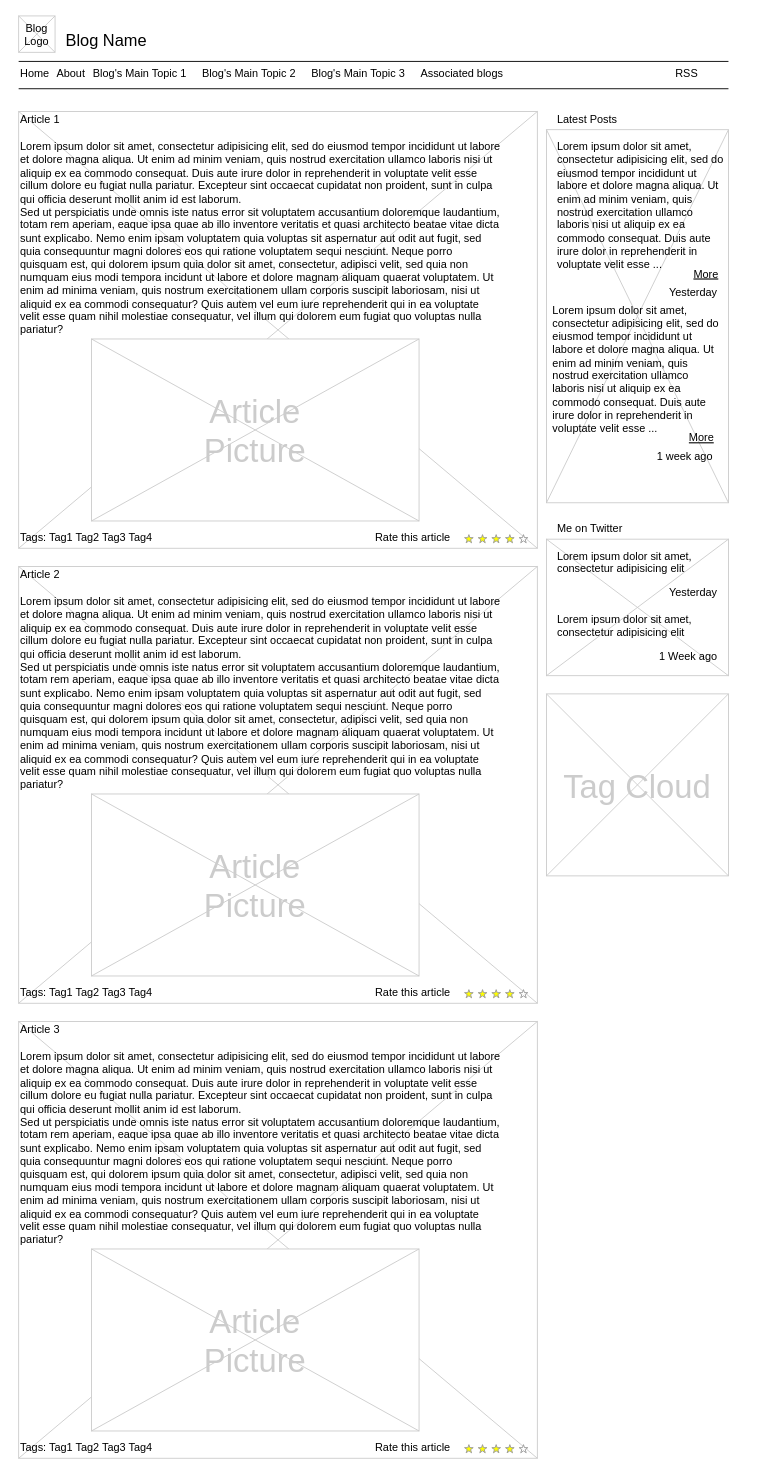
Above: lefv.drawio in gwicho38/lefv_io (draw.io), before the change. Source tidied: cells renumbered, new cells numbered last; positions are measured from the earlier drawing's top-left corner, leaving out a move shared by most shapes. Both pictures are drawn from the tidied source at 91%, with x=0, y=0 at pixel (18, 15).
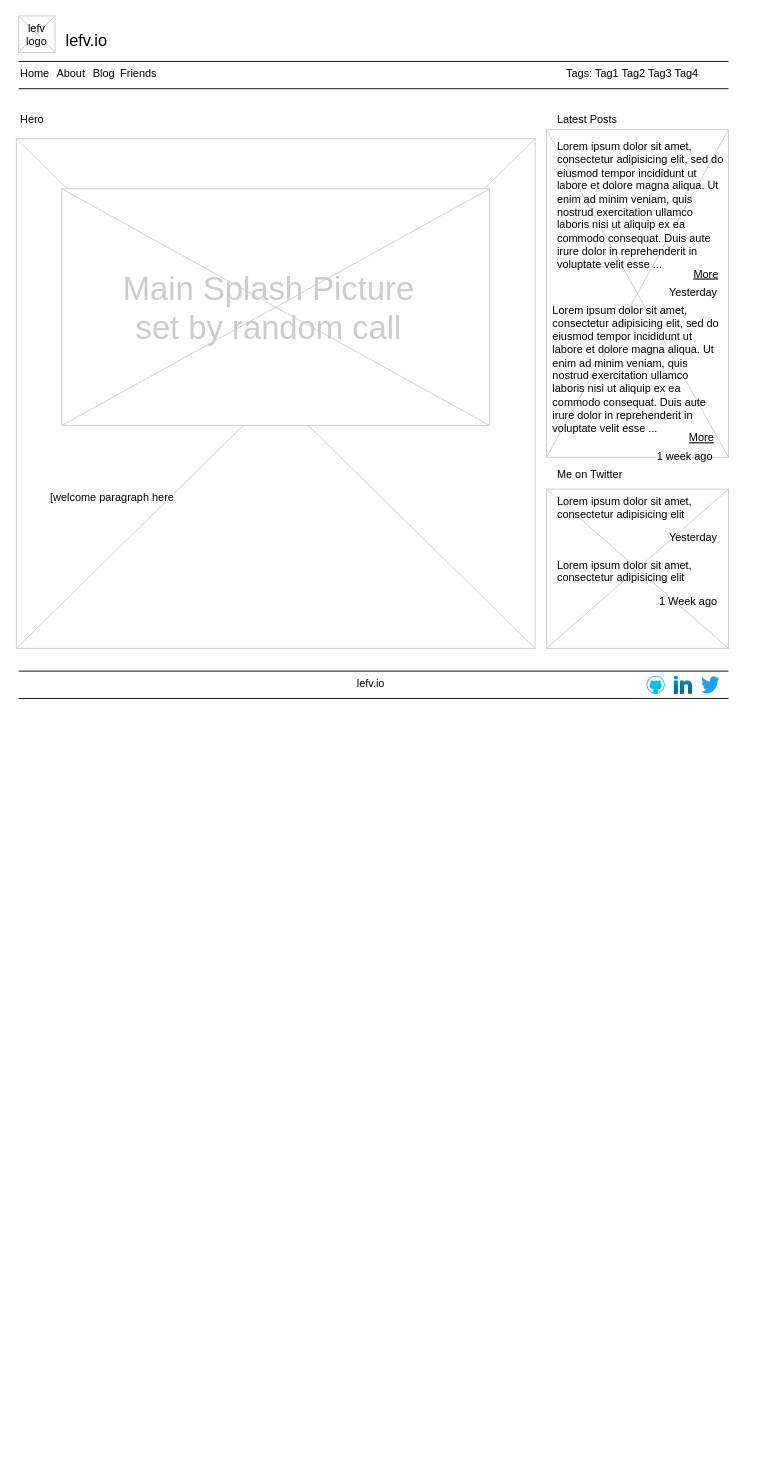
After the change.

Commit message:
Added site wireframe in draw.io.

Change to the diagram source:
```diff
@@
     <mxCell id="2" style="verticalLabelPosition=bottom;verticalAlign=top;strokeWidth=1;shape=mxgraph.mockup.graphics.iconGrid;strokeColor=#CCCCCC;gridSize=1,1;" parent="1" vertex="1">
-      <mxGeometry x="580" y="125" width="200" height="410" as="geometry" />
+      <mxGeometry x="580" y="125" width="200" height="360" as="geometry" />
     </mxCell>
     <mxCell id="3" style="verticalLabelPosition=bottom;verticalAlign=top;strokeWidth=1;shape=mxgraph.mockup.graphics.iconGrid;strokeColor=#CCCCCC;gridSize=1,1;" parent="1" vertex="1">
-      <mxGeometry y="105" width="570" height="480" as="geometry" />
+      <mxGeometry x="-2.5" y="135" width="570" height="560" as="geometry" />
     </mxCell>
-    <mxCell id="4" value="Blog Name" style="text;spacingTop=-5;fontSize=18;fontStyle=0;" parent="1" vertex="1">
+    <mxCell id="4" value="lefv.io" style="text;spacingTop=-5;fontSize=18;fontStyle=0;" parent="1" vertex="1">
       <mxGeometry x="50" y="15" width="230" height="20" as="geometry" />
     </mxCell>
@@
-    <mxCell id="9" value="Associated blogs" style="text;spacingTop=-5;" parent="1" vertex="1">
-      <mxGeometry x="440" y="55" width="30" height="20" as="geometry" />
+    <mxCell id="9" value="Friends" style="text;spacingTop=-5;" parent="1" vertex="1">
+      <mxGeometry x="110" y="55" width="30" height="20" as="geometry" />
     </mxCell>
-    <mxCell id="10" value="Article 1" style="text;spacingTop=-5;" parent="1" vertex="1">
-      <mxGeometry y="105" width="30" height="20" as="geometry" />
+    <mxCell id="10" value="Hero" style="text;spacingTop=-5;" parent="1" vertex="1">
+      <mxGeometry y="105" width="40" height="20" as="geometry" />
     </mxCell>
+    <mxCell id="12" value="Latest Posts" style="text;spacingTop=-5;" parent="1" vertex="1">
+      <mxGeometry x="590" y="105" width="30" height="20" as="geometry" />
+    </mxCell>
-    <mxCell id="11" value="Lorem ipsum dolor sit amet, consectetur adipisicing elit, sed do eiusmod tempor incididunt ut labore et dolore magna aliqua. Ut enim ad minim veniam, quis nostrud exercitation ullamco laboris nisi ut aliquip ex ea commodo consequat. Duis aute irure dolor in reprehenderit in voluptate velit esse cillum dolore eu fugiat nulla pariatur. Excepteur sint occaecat cupidatat non proident, sunt in culpa qui officia deserunt mollit anim id est laborum.&#10;Sed ut perspiciatis unde omnis iste natus error sit voluptatem accusantium doloremque laudantium, totam rem aperiam, eaque ipsa quae ab illo inventore veritatis et quasi architecto beatae vitae dicta sunt explicabo. Nemo enim ipsam voluptatem quia voluptas sit aspernatur aut odit aut fugit, sed quia consequuntur magni dolores eos qui ratione voluptatem sequi nesciunt. Neque porro quisquam est, qui dolorem ipsum quia dolor sit amet, consectetur, adipisci velit, sed quia non numquam eius modi tempora incidunt ut labore et dolore magnam aliquam quaerat voluptatem. Ut enim ad minima veniam, quis nostrum exercitationem ullam corporis suscipit laboriosam, nisi ut aliquid ex ea commodi consequatur? Quis autem vel eum iure reprehenderit qui in ea voluptate velit esse quam nihil molestiae consequatur, vel illum qui dolorem eum fugiat quo voluptas nulla pariatur?" style="text;spacingTop=-5;whiteSpace=wrap;align=left;" parent="1" vertex="1">
-      <mxGeometry y="135" width="530" height="250" as="geometry" />
+    <mxCell id="11" value="[welcome paragraph here" style="text;spacingTop=-5;whiteSpace=wrap;align=left;" parent="1" vertex="1">
+      <mxGeometry x="32.5" y="520" width="500" height="60" as="geometry" />
     </mxCell>
-    <mxCell id="12" value="Latest Posts" style="text;spacingTop=-5;" parent="1" vertex="1">
-      <mxGeometry x="590" y="105" width="30" height="20" as="geometry" />
-    </mxCell>
-    <mxCell id="13" value="RSS" style="text;spacingTop=-5;" parent="1" vertex="1">
-      <mxGeometry x="720" y="55" width="30" height="20" as="geometry" />
-    </mxCell>
@@
-    <mxCell id="21" value="Blog &#10;Logo" style="text;spacingTop=-5;align=center;" parent="1" vertex="1">
+    <mxCell id="21" value="lefv&#10;logo" style="text;spacingTop=-5;align=center;" parent="1" vertex="1">
       <mxGeometry y="5" width="40" height="40" as="geometry" />
     </mxCell>
-    <mxCell id="22" value="Blog's Main Topic 1" style="text;spacingTop=-5;" parent="1" vertex="1">
+    <mxCell id="22" value="Blog" style="text;spacingTop=-5;" parent="1" vertex="1">
       <mxGeometry x="80" y="55" width="30" height="20" as="geometry" />
     </mxCell>
-    <mxCell id="23" value="Blog's Main Topic 2" style="text;spacingTop=-5;" parent="1" vertex="1">
-      <mxGeometry x="200" y="55" width="30" height="20" as="geometry" />
-    </mxCell>
-    <mxCell id="24" value="Blog's Main Topic 3" style="text;spacingTop=-5;" parent="1" vertex="1">
-      <mxGeometry x="320" y="55" width="30" height="20" as="geometry" />
-    </mxCell>
     <mxCell id="25" style="verticalLabelPosition=bottom;verticalAlign=top;strokeWidth=1;shape=mxgraph.mockup.graphics.iconGrid;strokeColor=#CCCCCC;gridSize=1,1;" parent="1" vertex="1">
-      <mxGeometry x="80" y="355" width="360" height="200" as="geometry" />
+      <mxGeometry x="47.5" y="190" width="470" height="260" as="geometry" />
     </mxCell>
-    <mxCell id="26" value="Article&#10;Picture" style="text;spacingTop=-5;align=center;verticalAlign=middle;fontSize=36;fontColor=#CCCCCC;" parent="1" vertex="1">
-      <mxGeometry x="80" y="355" width="360" height="200" as="geometry" />
+    <mxCell id="26" value="Main Splash Picture&#10;set by random call" style="text;spacingTop=-5;align=center;verticalAlign=middle;fontSize=36;fontColor=#CCCCCC;" parent="1" vertex="1">
+      <mxGeometry x="80" y="265" width="390" height="110" as="geometry" />
     </mxCell>
-    <mxCell id="27" style="verticalLabelPosition=bottom;verticalAlign=top;strokeWidth=1;shape=mxgraph.mockup.graphics.iconGrid;strokeColor=#CCCCCC;gridSize=1,1;" parent="1" vertex="1">
-      <mxGeometry y="605" width="570" height="480" as="geometry" />
-    </mxCell>
-    <mxCell id="28" value="Article 2" style="text;spacingTop=-5;" parent="1" vertex="1">
-      <mxGeometry y="605" width="30" height="20" as="geometry" />
-    </mxCell>
-    <mxCell id="29" value="Lorem ipsum dolor sit amet, consectetur adipisicing elit, sed do eiusmod tempor incididunt ut labore et dolore magna aliqua. Ut enim ad minim veniam, quis nostrud exercitation ullamco laboris nisi ut aliquip ex ea commodo consequat. Duis aute irure dolor in reprehenderit in voluptate velit esse cillum dolore eu fugiat nulla pariatur. Excepteur sint occaecat cupidatat non proident, sunt in culpa qui officia deserunt mollit anim id est laborum.&#10;Sed ut perspiciatis unde omnis iste natus error sit voluptatem accusantium doloremque laudantium, totam rem aperiam, eaque ipsa quae ab illo inventore veritatis et quasi architecto beatae vitae dicta sunt explicabo. Nemo enim ipsam voluptatem quia voluptas sit aspernatur aut odit aut fugit, sed quia consequuntur magni dolores eos qui ratione voluptatem sequi nesciunt. Neque porro quisquam est, qui dolorem ipsum quia dolor sit amet, consectetur, adipisci velit, sed quia non numquam eius modi tempora incidunt ut labore et dolore magnam aliquam quaerat voluptatem. Ut enim ad minima veniam, quis nostrum exercitationem ullam corporis suscipit laboriosam, nisi ut aliquid ex ea commodi consequatur? Quis autem vel eum iure reprehenderit qui in ea voluptate velit esse quam nihil molestiae consequatur, vel illum qui dolorem eum fugiat quo voluptas nulla pariatur?" style="text;spacingTop=-5;whiteSpace=wrap;align=left;" parent="1" vertex="1">
-      <mxGeometry y="635" width="530" height="250" as="geometry" />
-    </mxCell>
-    <mxCell id="30" style="verticalLabelPosition=bottom;verticalAlign=top;strokeWidth=1;shape=mxgraph.mockup.graphics.iconGrid;strokeColor=#CCCCCC;gridSize=1,1;" parent="1" vertex="1">
-      <mxGeometry x="80" y="855" width="360" height="200" as="geometry" />
-    </mxCell>
-    <mxCell id="31" value="Article&#10;Picture" style="text;spacingTop=-5;align=center;verticalAlign=middle;fontSize=36;fontColor=#CCCCCC;" parent="1" vertex="1">
-      <mxGeometry x="80" y="855" width="360" height="200" as="geometry" />
-    </mxCell>
-    <mxCell id="32" style="verticalLabelPosition=bottom;verticalAlign=top;strokeWidth=1;shape=mxgraph.mockup.graphics.iconGrid;strokeColor=#CCCCCC;gridSize=1,1;" parent="1" vertex="1">
-      <mxGeometry y="1105" width="570" height="480" as="geometry" />
-    </mxCell>
-    <mxCell id="33" value="Article 3" style="text;spacingTop=-5;" parent="1" vertex="1">
-      <mxGeometry y="1105" width="30" height="20" as="geometry" />
-    </mxCell>
-    <mxCell id="34" value="Lorem ipsum dolor sit amet, consectetur adipisicing elit, sed do eiusmod tempor incididunt ut labore et dolore magna aliqua. Ut enim ad minim veniam, quis nostrud exercitation ullamco laboris nisi ut aliquip ex ea commodo consequat. Duis aute irure dolor in reprehenderit in voluptate velit esse cillum dolore eu fugiat nulla pariatur. Excepteur sint occaecat cupidatat non proident, sunt in culpa qui officia deserunt mollit anim id est laborum.&#10;Sed ut perspiciatis unde omnis iste natus error sit voluptatem accusantium doloremque laudantium, totam rem aperiam, eaque ipsa quae ab illo inventore veritatis et quasi architecto beatae vitae dicta sunt explicabo. Nemo enim ipsam voluptatem quia voluptas sit aspernatur aut odit aut fugit, sed quia consequuntur magni dolores eos qui ratione voluptatem sequi nesciunt. Neque porro quisquam est, qui dolorem ipsum quia dolor sit amet, consectetur, adipisci velit, sed quia non numquam eius modi tempora incidunt ut labore et dolore magnam aliquam quaerat voluptatem. Ut enim ad minima veniam, quis nostrum exercitationem ullam corporis suscipit laboriosam, nisi ut aliquid ex ea commodi consequatur? Quis autem vel eum iure reprehenderit qui in ea voluptate velit esse quam nihil molestiae consequatur, vel illum qui dolorem eum fugiat quo voluptas nulla pariatur?" style="text;spacingTop=-5;whiteSpace=wrap;align=left;" parent="1" vertex="1">
-      <mxGeometry y="1135" width="530" height="250" as="geometry" />
-    </mxCell>
-    <mxCell id="35" style="verticalLabelPosition=bottom;verticalAlign=top;strokeWidth=1;shape=mxgraph.mockup.graphics.iconGrid;strokeColor=#CCCCCC;gridSize=1,1;" parent="1" vertex="1">
-      <mxGeometry x="80" y="1355" width="360" height="200" as="geometry" />
-    </mxCell>
-    <mxCell id="36" value="Article&#10;Picture" style="text;spacingTop=-5;align=center;verticalAlign=middle;fontSize=36;fontColor=#CCCCCC;" parent="1" vertex="1">
-      <mxGeometry x="80" y="1355" width="360" height="200" as="geometry" />
-    </mxCell>
-    <mxCell id="37" style="verticalLabelPosition=bottom;verticalAlign=top;strokeWidth=1;shape=mxgraph.mockup.misc.rating;strokeColor=#999999;fillColor=#ffff00;emptyFillColor=#ffffff;grade=4;ratingScale=5;ratingStyle=star;" parent="1" vertex="1">
-      <mxGeometry x="490" y="570" width="77.5" height="10" as="geometry" />
-    </mxCell>
-    <mxCell id="38" value="Rate this article" style="text;spacingTop=-5;" parent="1" vertex="1">
-      <mxGeometry x="390" y="565" width="30" height="20" as="geometry" />
-    </mxCell>
-    <mxCell id="39" style="verticalLabelPosition=bottom;verticalAlign=top;strokeWidth=1;shape=mxgraph.mockup.misc.rating;strokeColor=#999999;fillColor=#ffff00;emptyFillColor=#ffffff;grade=4;ratingScale=5;ratingStyle=star;" parent="1" vertex="1">
-      <mxGeometry x="490" y="1070" width="77.5" height="10" as="geometry" />
-    </mxCell>
-    <mxCell id="40" value="Rate this article" style="text;spacingTop=-5;" parent="1" vertex="1">
-      <mxGeometry x="390" y="1065" width="30" height="20" as="geometry" />
-    </mxCell>
-    <mxCell id="41" style="verticalLabelPosition=bottom;verticalAlign=top;strokeWidth=1;shape=mxgraph.mockup.misc.rating;strokeColor=#999999;fillColor=#ffff00;emptyFillColor=#ffffff;grade=4;ratingScale=5;ratingStyle=star;" parent="1" vertex="1">
-      <mxGeometry x="490" y="1570" width="77.5" height="10" as="geometry" />
-    </mxCell>
-    <mxCell id="42" value="Rate this article" style="text;spacingTop=-5;" parent="1" vertex="1">
-      <mxGeometry x="390" y="1565" width="30" height="20" as="geometry" />
-    </mxCell>
     <mxCell id="43" value="Tags: Tag1 Tag2 Tag3 Tag4" style="text;spacingTop=-5;" parent="1" vertex="1">
-      <mxGeometry y="565" width="210" height="20" as="geometry" />
+      <mxGeometry x="600" y="55" width="210" height="20" as="geometry" />
     </mxCell>
-    <mxCell id="44" value="Tags: Tag1 Tag2 Tag3 Tag4" style="text;spacingTop=-5;" parent="1" vertex="1">
-      <mxGeometry y="1065" width="210" height="20" as="geometry" />
-    </mxCell>
-    <mxCell id="45" value="Tags: Tag1 Tag2 Tag3 Tag4" style="text;spacingTop=-5;" parent="1" vertex="1">
-      <mxGeometry y="1565" width="210" height="20" as="geometry" />
-    </mxCell>
     <mxCell id="46" style="verticalLabelPosition=bottom;verticalAlign=top;strokeWidth=1;shape=mxgraph.mockup.graphics.iconGrid;strokeColor=#CCCCCC;gridSize=1,1;" parent="1" vertex="1">
-      <mxGeometry x="580" y="575" width="200" height="150" as="geometry" />
+      <mxGeometry x="580" y="520" width="200" height="175" as="geometry" />
     </mxCell>
     <mxCell id="47" value="Me on Twitter" style="text;spacingTop=-5;" parent="1" vertex="1">
-      <mxGeometry x="590" y="555" width="30" height="20" as="geometry" />
+      <mxGeometry x="590" y="495" width="30" height="20" as="geometry" />
     </mxCell>
     <mxCell id="48" value="Lorem ipsum dolor sit amet, consectetur adipisicing elit" style="text;spacingTop=-5;whiteSpace=wrap;align=left;" parent="1" vertex="1">
-      <mxGeometry x="590" y="585" width="190" height="40" as="geometry" />
+      <mxGeometry x="590" y="525" width="190" height="40" as="geometry" />
     </mxCell>
     <mxCell id="49" value="Yesterday" style="text;spacingTop=-5;fontStyle=0;align=right;" parent="1" vertex="1">
-      <mxGeometry x="740" y="625" width="30" height="20" as="geometry" />
+      <mxGeometry x="740" y="565" width="30" height="20" as="geometry" />
     </mxCell>
-    <mxCell id="50" style="verticalLabelPosition=bottom;verticalAlign=top;strokeWidth=1;shape=mxgraph.mockup.graphics.iconGrid;strokeColor=#CCCCCC;gridSize=1,1;" parent="1" vertex="1">
-      <mxGeometry x="580" y="745" width="200" height="200" as="geometry" />
-    </mxCell>
-    <mxCell id="51" value="Tag Cloud" style="text;spacingTop=-5;align=center;verticalAlign=middle;fontSize=36;fontColor=#CCCCCC;" parent="1" vertex="1">
-      <mxGeometry x="580" y="745" width="200" height="200" as="geometry" />
-    </mxCell>
     <mxCell id="52" value="Lorem ipsum dolor sit amet, consectetur adipisicing elit" style="text;spacingTop=-5;whiteSpace=wrap;align=left;" parent="1" vertex="1">
-      <mxGeometry x="590" y="655" width="190" height="40" as="geometry" />
+      <mxGeometry x="590" y="595" width="190" height="40" as="geometry" />
     </mxCell>
     <mxCell id="53" value="1 Week ago" style="text;spacingTop=-5;fontStyle=0;align=right;" parent="1" vertex="1">
-      <mxGeometry x="740" y="695" width="30" height="20" as="geometry" />
+      <mxGeometry x="740" y="635" width="30" height="20" as="geometry" />
     </mxCell>
+    <mxCell id="54" style="line;strokeWidth=1;" parent="1" vertex="1">
+      <mxGeometry y="715" width="780" height="10" as="geometry" />
+    </mxCell>
+    <mxCell id="55" style="line;strokeWidth=1;" parent="1" vertex="1">
+      <mxGeometry y="745" width="780" height="10" as="geometry" />
+    </mxCell>
+    <mxCell id="56" style="dashed=0;html=1;align=center;labelPosition=center;verticalLabelPosition=bottom;verticalAlign=top;shape=mxgraph.weblogos.twitter;fillColor=#1DA1F2;strokeColor=none;" parent="1" vertex="1">
+      <mxGeometry x="750" y="725" width="20" height="20" as="geometry" />
+    </mxCell>
+    <mxCell id="57" style="dashed=0;html=1;align=center;labelPosition=center;verticalLabelPosition=bottom;verticalAlign=top;shape=mxgraph.weblogos.linkedin;fillColor=#0095DB;gradientColor=#006391;" parent="1" vertex="1">
+      <mxGeometry x="720" y="725" width="20" height="20" as="geometry" />
+    </mxCell>
+    <mxCell id="58" style="verticalLabelPosition=bottom;html=1;verticalAlign=top;align=center;strokeColor=none;fillColor=#00BEF2;shape=mxgraph.azure.github_code;" parent="1" vertex="1">
+      <mxGeometry x="690" y="725" width="20" height="20" as="geometry" />
+    </mxCell>
+    <mxCell id="59" value="lefv.io" style="text;spacingTop=-5;" parent="1" vertex="1">
+      <mxGeometry x="370" y="725" width="30" height="20" as="geometry" />
+    </mxCell>
```
